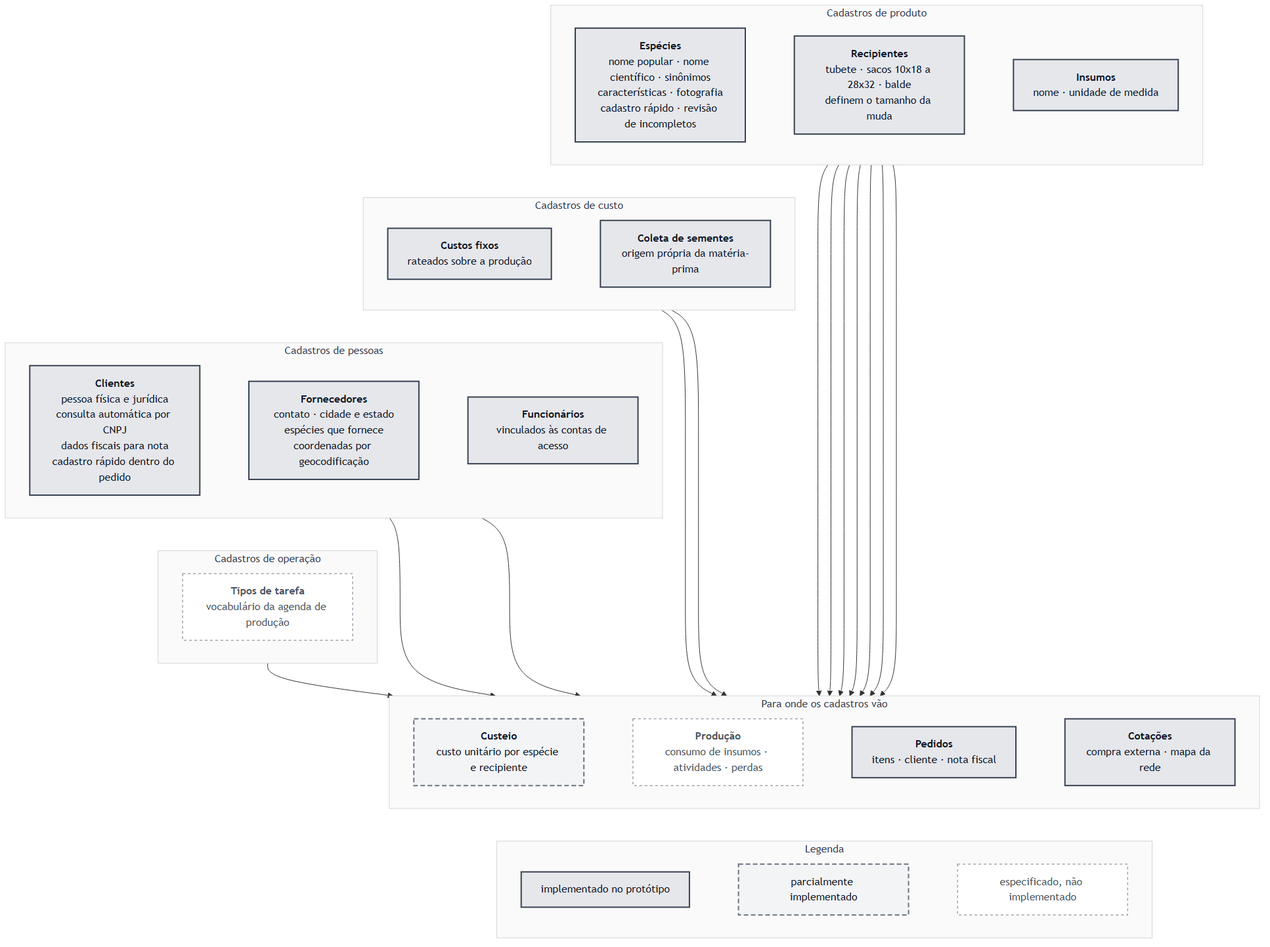
Above: docs/rotinas/img/mapa-1-cadastros.png in JoaoMudar/mudar (Mermaid), before the change. Its source is kept beside it as docs/rotinas/img/mapa-1-cadastros.mmd. Its diagram source:
```mermaid
flowchart TB
  subgraph PRODU["Cadastros de produto"]
    direction LR
    ESP["<b>Espécies</b><br/>nome popular · nome científico · sinônimos<br/>características · fotografia<br/>cadastro rápido · revisão de incompletos"]
    REC["<b>Recipientes</b><br/>tubete · sacos 10x18 a 28x32 · balde<br/>definem o tamanho da muda"]
    INS["<b>Insumos</b><br/>nome · unidade de medida"]
    ESP ~~~ REC ~~~ INS
  end

  subgraph CUSTO["Cadastros de custo"]
    direction LR
    CFX["<b>Custos fixos</b><br/>rateados sobre a produção"]
    COL["<b>Coleta de sementes</b><br/>origem própria da matéria-prima"]
    CFX ~~~ COL
  end

  subgraph PESSOAS["Cadastros de pessoas"]
    direction LR
    CLI["<b>Clientes</b><br/>pessoa física e jurídica<br/>consulta automática por CNPJ<br/>dados fiscais para nota<br/>cadastro rápido dentro do pedido"]
    FOR["<b>Fornecedores</b><br/>contato · cidade e estado<br/>espécies que fornece<br/>coordenadas por geocodificação"]
    FUN["<b>Funcionários</b><br/>vinculados às contas de acesso"]
    CLI ~~~ FOR ~~~ FUN
  end

  subgraph OPER["Cadastros de operação"]
    direction LR
    TIP["<b>Tipos de tarefa</b><br/>vocabulário da agenda de produção"]
  end

  subgraph CONS["Para onde os cadastros vão"]
    direction LR
    D1["<b>Custeio</b><br/>custo unitário por espécie e recipiente"]
    D2["<b>Produção</b><br/>consumo de insumos · atividades · perdas"]
    D3["<b>Pedidos</b><br/>itens · cliente · nota fiscal"]
    D4["<b>Cotações</b><br/>compra externa · mapa da rede"]
    D1 ~~~ D2 ~~~ D3 ~~~ D4
  end

  INS ~~~ CFX
  COL ~~~ CLI
  FUN ~~~ TIP

  ESP --> D1
  REC --> D1
  INS --> D1
  CFX --> D1
  COL --> D1
  ESP --> D2
  INS --> D2
  TIP --> D2
  ESP --> D3
  CLI --> D3
  FOR --> D4
  ESP --> D4

  subgraph LEG["Legenda"]
    direction LR
    L1["implementado no protótipo"]
    L2["parcialmente implementado"]
    L3["especificado, não implementado"]
    L1 ~~~ L2 ~~~ L3
  end
  D2 ~~~ LEG

  classDef feito fill:#e5e7eb,stroke:#374151,stroke-width:2px,color:#111827
  classDef parcial fill:#f3f4f6,stroke:#6b7280,stroke-width:2px,color:#111827,stroke-dasharray:7 4
  classDef futuro fill:#ffffff,stroke:#9ca3af,stroke-width:1.5px,color:#4b5563,stroke-dasharray:4 4
  classDef grupo fill:#fafafa,stroke:#d1d5db,stroke-width:1px,color:#374151

  class ESP,REC,INS,CFX,COL,CLI,FOR,FUN,D3,D4,L1 feito
  class D1,L2 parcial
  class TIP,D2,L3 futuro
  class PRODU,CUSTO,PESSOAS,OPER,CONS,LEG grupo
```
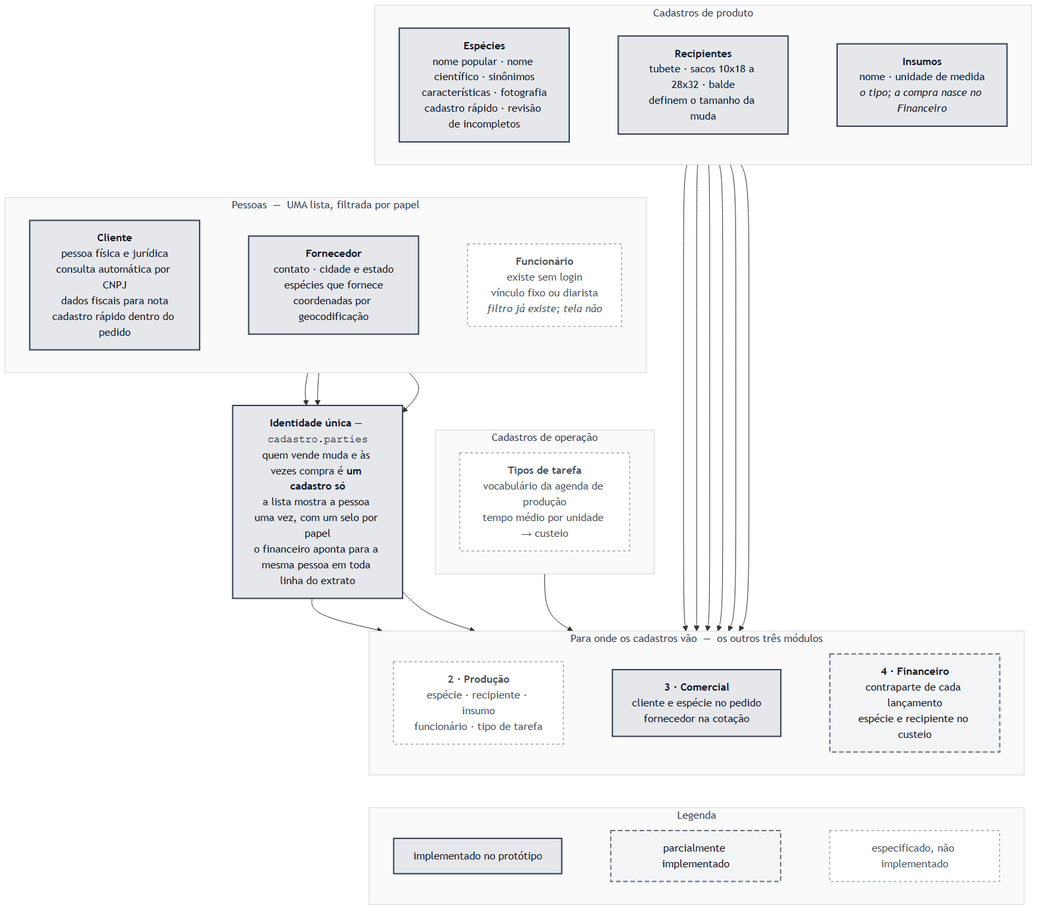
After the change.

The edit, as a diff of the source:
```diff
@@ -3,55 +3,49 @@
     direction LR
     ESP["<b>Espécies</b><br/>nome popular · nome científico · sinônimos<br/>características · fotografia<br/>cadastro rápido · revisão de incompletos"]
     REC["<b>Recipientes</b><br/>tubete · sacos 10x18 a 28x32 · balde<br/>definem o tamanho da muda"]
-    INS["<b>Insumos</b><br/>nome · unidade de medida"]
+    INS["<b>Insumos</b><br/>nome · unidade de medida<br/><i>o tipo; a compra nasce no Financeiro</i>"]
     ESP ~~~ REC ~~~ INS
   end
 
-  subgraph CUSTO["Cadastros de custo"]
+  subgraph PESSOAS["Pessoas &nbsp;&mdash;&nbsp; UMA lista, filtrada por papel"]
     direction LR
-    CFX["<b>Custos fixos</b><br/>rateados sobre a produção"]
-    COL["<b>Coleta de sementes</b><br/>origem própria da matéria-prima"]
-    CFX ~~~ COL
-  end
-
-  subgraph PESSOAS["Cadastros de pessoas"]
-    direction LR
-    CLI["<b>Clientes</b><br/>pessoa física e jurídica<br/>consulta automática por CNPJ<br/>dados fiscais para nota<br/>cadastro rápido dentro do pedido"]
-    FOR["<b>Fornecedores</b><br/>contato · cidade e estado<br/>espécies que fornece<br/>coordenadas por geocodificação"]
-    FUN["<b>Funcionários</b><br/>vinculados às contas de acesso"]
+    CLI["<b>Cliente</b><br/>pessoa física e jurídica<br/>consulta automática por CNPJ<br/>dados fiscais para nota<br/>cadastro rápido dentro do pedido"]
+    FOR["<b>Fornecedor</b><br/>contato · cidade e estado<br/>espécies que fornece<br/>coordenadas por geocodificação"]
+    FUN["<b>Funcionário</b><br/>existe sem login<br/>vínculo fixo ou diarista<br/><i>filtro já existe; tela não</i>"]
     CLI ~~~ FOR ~~~ FUN
   end
 
+  IDE["<b>Identidade única</b> &mdash; <code>cadastro.parties</code><br/>quem vende muda e às vezes compra é <b>um cadastro só</b><br/>a lista mostra a pessoa uma vez, com um selo por papel<br/>o financeiro aponta para a mesma pessoa em toda linha do extrato"]
+
   subgraph OPER["Cadastros de operação"]
     direction LR
-    TIP["<b>Tipos de tarefa</b><br/>vocabulário da agenda de produção"]
+    TIP["<b>Tipos de tarefa</b><br/>vocabulário da agenda de produção<br/>tempo médio por unidade &rarr; custeio"]
   end
 
-  subgraph CONS["Para onde os cadastros vão"]
+  subgraph CONS["Para onde os cadastros vão &nbsp;&mdash;&nbsp; os outros três módulos"]
     direction LR
-    D1["<b>Custeio</b><br/>custo unitário por espécie e recipiente"]
-    D2["<b>Produção</b><br/>consumo de insumos · atividades · perdas"]
-    D3["<b>Pedidos</b><br/>itens · cliente · nota fiscal"]
-    D4["<b>Cotações</b><br/>compra externa · mapa da rede"]
-    D1 ~~~ D2 ~~~ D3 ~~~ D4
+    D2["<b>2 · Produção</b><br/>espécie · recipiente · insumo<br/>funcionário · tipo de tarefa"]
+    D3["<b>3 · Comercial</b><br/>cliente e espécie no pedido<br/>fornecedor na cotação"]
+    D4["<b>4 · Financeiro</b><br/>contraparte de cada lançamento<br/>espécie e recipiente no custeio"]
+    D2 ~~~ D3 ~~~ D4
   end
 
-  INS ~~~ CFX
-  COL ~~~ CLI
+  INS ~~~ CLI
   FUN ~~~ TIP
 
-  ESP --> D1
-  REC --> D1
-  INS --> D1
-  CFX --> D1
-  COL --> D1
+  CLI --> IDE
+  FOR --> IDE
+  FUN --> IDE
+
   ESP --> D2
+  REC --> D2
   INS --> D2
   TIP --> D2
   ESP --> D3
-  CLI --> D3
-  FOR --> D4
+  IDE --> D3
   ESP --> D4
+  REC --> D4
+  IDE --> D4
 
   subgraph LEG["Legenda"]
     direction LR
@@ -60,14 +54,14 @@
     L3["especificado, não implementado"]
     L1 ~~~ L2 ~~~ L3
   end
-  D2 ~~~ LEG
+  CONS ~~~ LEG
 
   classDef feito fill:#e5e7eb,stroke:#374151,stroke-width:2px,color:#111827
   classDef parcial fill:#f3f4f6,stroke:#6b7280,stroke-width:2px,color:#111827,stroke-dasharray:7 4
   classDef futuro fill:#ffffff,stroke:#9ca3af,stroke-width:1.5px,color:#4b5563,stroke-dasharray:4 4
   classDef grupo fill:#fafafa,stroke:#d1d5db,stroke-width:1px,color:#374151
 
-  class ESP,REC,INS,CFX,COL,CLI,FOR,FUN,D3,D4,L1 feito
-  class D1,L2 parcial
-  class TIP,D2,L3 futuro
-  class PRODU,CUSTO,PESSOAS,OPER,CONS,LEG grupo
+  class ESP,REC,INS,CLI,FOR,IDE,D3,L1 feito
+  class D4,L2 parcial
+  class FUN,TIP,D2,L3 futuro
+  class PRODU,PESSOAS,OPER,CONS,LEG grupo
```
